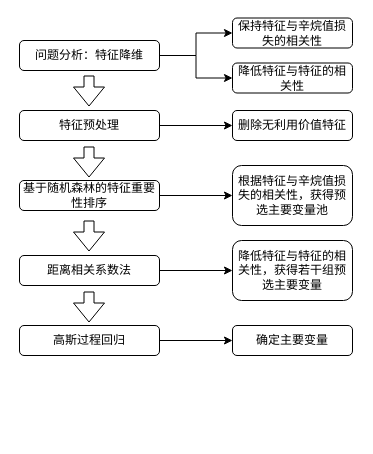
The draw.io diagram 数模2.drawio in wennieWN/UML, before the edit. Source tidied: cells renumbered, new cells numbered last; positions are measured from the earlier drawing's top-left corner, leaving out a move shared by most shapes. Both pictures are drawn from the tidied source at 100%, with x=0, y=0 at pixel (19, 18).
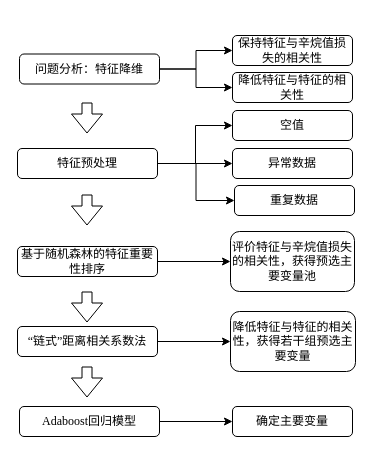
The same page after the edit.

Change to the diagram source:
```diff
@@
     <mxCell id="2" style="edgeStyle=orthogonalEdgeStyle;rounded=0;jettySize=auto;html=1;entryX=0;entryY=0.5;entryDx=0;entryDy=0;" parent="1" edge="1" source="3" target="12">
-      <mxGeometry relative="1" as="geometry" />
+      <mxGeometry relative="1" as="geometry">
+        <Array as="points">
+          <mxPoint x="176" y="145" />
+          <mxPoint x="176" y="107" />
+        </Array>
+      </mxGeometry>
     </mxCell>
+    <mxCell id="23" style="edgeStyle=orthogonalEdgeStyle;rounded=0;jettySize=auto;html=1;" parent="1" edge="1" source="3" target="25">
+      <mxGeometry relative="1" as="geometry" />
+    </mxCell>
+    <mxCell id="24" style="edgeStyle=orthogonalEdgeStyle;rounded=0;jettySize=auto;html=1;entryX=0;entryY=0.5;entryDx=0;entryDy=0;" parent="1" edge="1" source="3" target="26">
+      <mxGeometry relative="1" as="geometry" />
+    </mxCell>
     <mxCell id="3" value="特征预处理" style="rounded=1;whiteSpace=wrap;html=1;fontFamily=Times New Roman;" parent="1" vertex="1">
-      <mxGeometry y="92" width="140" height="30" as="geometry" />
+      <mxGeometry x="-2" y="130" width="140" height="30" as="geometry" />
     </mxCell>
@@
     <mxCell id="5" value="基于随机森林的特征重要性排序" style="rounded=1;whiteSpace=wrap;html=1;fontFamily=Times New Roman;" parent="1" vertex="1">
-      <mxGeometry y="162" width="140" height="30" as="geometry" />
+      <mxGeometry x="-2" y="228" width="140" height="30" as="geometry" />
     </mxCell>
@@
-    <mxCell id="7" value="距离相关系数法" style="rounded=1;whiteSpace=wrap;html=1;fontFamily=Times New Roman;" parent="1" vertex="1">
-      <mxGeometry y="237" width="140" height="30" as="geometry" />
+    <mxCell id="7" value="“链式”距离相关系数法" style="rounded=1;whiteSpace=wrap;html=1;fontFamily=Times New Roman;" parent="1" vertex="1">
+      <mxGeometry x="-2" y="308" width="140" height="30" as="geometry" />
     </mxCell>
@@
-    <mxCell id="9" value="高斯过程回归" style="rounded=1;whiteSpace=wrap;html=1;fontFamily=Times New Roman;" parent="1" vertex="1">
-      <mxGeometry y="307" width="140" height="30" as="geometry" />
+    <mxCell id="9" value="Adaboost回归模型" style="rounded=1;whiteSpace=wrap;html=1;fontFamily=Times New Roman;" parent="1" vertex="1">
+      <mxGeometry y="388" width="140" height="30" as="geometry" />
     </mxCell>
     <mxCell id="10" value="确定主要变量" style="rounded=1;whiteSpace=wrap;html=1;fontFamily=Times New Roman;" parent="1" vertex="1">
-      <mxGeometry x="213" y="307" width="120" height="30" as="geometry" />
+      <mxGeometry x="213" y="388" width="120" height="30" as="geometry" />
     </mxCell>
-    <mxCell id="11" value="根据特征与辛烷值损失的相关性，获得预选主要变量池" style="rounded=1;whiteSpace=wrap;html=1;fontFamily=Times New Roman;" parent="1" vertex="1">
-      <mxGeometry x="213" y="147" width="120" height="60" as="geometry" />
+    <mxCell id="11" value="评价特征与辛烷值损失的相关性，获得预选主要变量池" style="rounded=1;whiteSpace=wrap;html=1;fontFamily=Times New Roman;" parent="1" vertex="1">
+      <mxGeometry x="211" y="213" width="124" height="60" as="geometry" />
     </mxCell>
-    <mxCell id="12" value="删除无利用价值特征" style="rounded=1;whiteSpace=wrap;html=1;fontFamily=Times New Roman;" parent="1" vertex="1">
+    <mxCell id="12" value="空值" style="rounded=1;whiteSpace=wrap;html=1;fontFamily=Times New Roman;" parent="1" vertex="1">
       <mxGeometry x="213" y="92" width="120" height="30" as="geometry" />
     </mxCell>
     <mxCell id="13" value="降低特征与特征的相关性，获得若干组预选主要变量" style="rounded=1;whiteSpace=wrap;html=1;fontFamily=Times New Roman;" parent="1" vertex="1">
-      <mxGeometry x="213" y="222" width="120" height="60" as="geometry" />
+      <mxGeometry x="211" y="293" width="125" height="60" as="geometry" />
     </mxCell>
@@
     <mxCell id="16" value="问题分析：特征降维" style="rounded=1;whiteSpace=wrap;html=1;fontFamily=Times New Roman;" parent="1" vertex="1">
-      <mxGeometry y="22" width="140" height="30" as="geometry" />
+      <mxGeometry y="35.5" width="140" height="30" as="geometry" />
     </mxCell>
     <mxCell id="17" value="降低特征与特征的相关性" style="rounded=1;whiteSpace=wrap;html=1;fontFamily=Times New Roman;" parent="1" vertex="1">
-      <mxGeometry x="213" y="44.5" width="120" height="30" as="geometry" />
+      <mxGeometry x="213" y="54" width="120" height="30" as="geometry" />
     </mxCell>
     <mxCell id="18" value="保持特征与辛烷值损失的相关性" style="rounded=1;whiteSpace=wrap;html=1;fontFamily=Times New Roman;" parent="1" vertex="1">
-      <mxGeometry x="213" y="-0.5" width="120" height="30" as="geometry" />
+      <mxGeometry x="213" y="17" width="120" height="30" as="geometry" />
     </mxCell>
     <mxCell id="19" style="shape=flexArrow;endArrow=classic;html=1;" parent="1" edge="1">
       <mxGeometry relative="1" as="geometry">
-        <mxPoint x="69.5" y="57" as="sourcePoint" />
-        <mxPoint x="69.5" y="88" as="targetPoint" />
+        <mxPoint x="67.5" y="84" as="sourcePoint" />
+        <mxPoint x="67.5" y="115" as="targetPoint" />
       </mxGeometry>
     </mxCell>
     <mxCell id="20" style="shape=flexArrow;endArrow=classic;html=1;" parent="1" edge="1">
       <mxGeometry relative="1" as="geometry">
-        <mxPoint x="69.5" y="128" as="sourcePoint" />
-        <mxPoint x="69.5" y="159" as="targetPoint" />
+        <mxPoint x="67.5" y="176" as="sourcePoint" />
+        <mxPoint x="67.5" y="207" as="targetPoint" />
       </mxGeometry>
     </mxCell>
     <mxCell id="21" style="shape=flexArrow;endArrow=classic;html=1;" parent="1" edge="1">
       <mxGeometry relative="1" as="geometry">
-        <mxPoint x="69.5" y="202" as="sourcePoint" />
-        <mxPoint x="69.5" y="233" as="targetPoint" />
+        <mxPoint x="67.5" y="273" as="sourcePoint" />
+        <mxPoint x="67.5" y="304" as="targetPoint" />
       </mxGeometry>
     </mxCell>
     <mxCell id="22" style="shape=flexArrow;endArrow=classic;html=1;" parent="1" edge="1">
       <mxGeometry relative="1" as="geometry">
-        <mxPoint x="69.5" y="273" as="sourcePoint" />
-        <mxPoint x="69.5" y="304" as="targetPoint" />
+        <mxPoint x="67.5" y="348" as="sourcePoint" />
+        <mxPoint x="67.5" y="379" as="targetPoint" />
       </mxGeometry>
     </mxCell>
+    <mxCell id="25" value="异常数据" style="rounded=1;whiteSpace=wrap;html=1;fontFamily=Times New Roman;" parent="1" vertex="1">
+      <mxGeometry x="213" y="130" width="120" height="30" as="geometry" />
+    </mxCell>
+    <mxCell id="26" value="重复数据" style="rounded=1;whiteSpace=wrap;html=1;fontFamily=Times New Roman;" parent="1" vertex="1">
+      <mxGeometry x="215" y="167" width="120" height="30" as="geometry" />
+    </mxCell>
```
